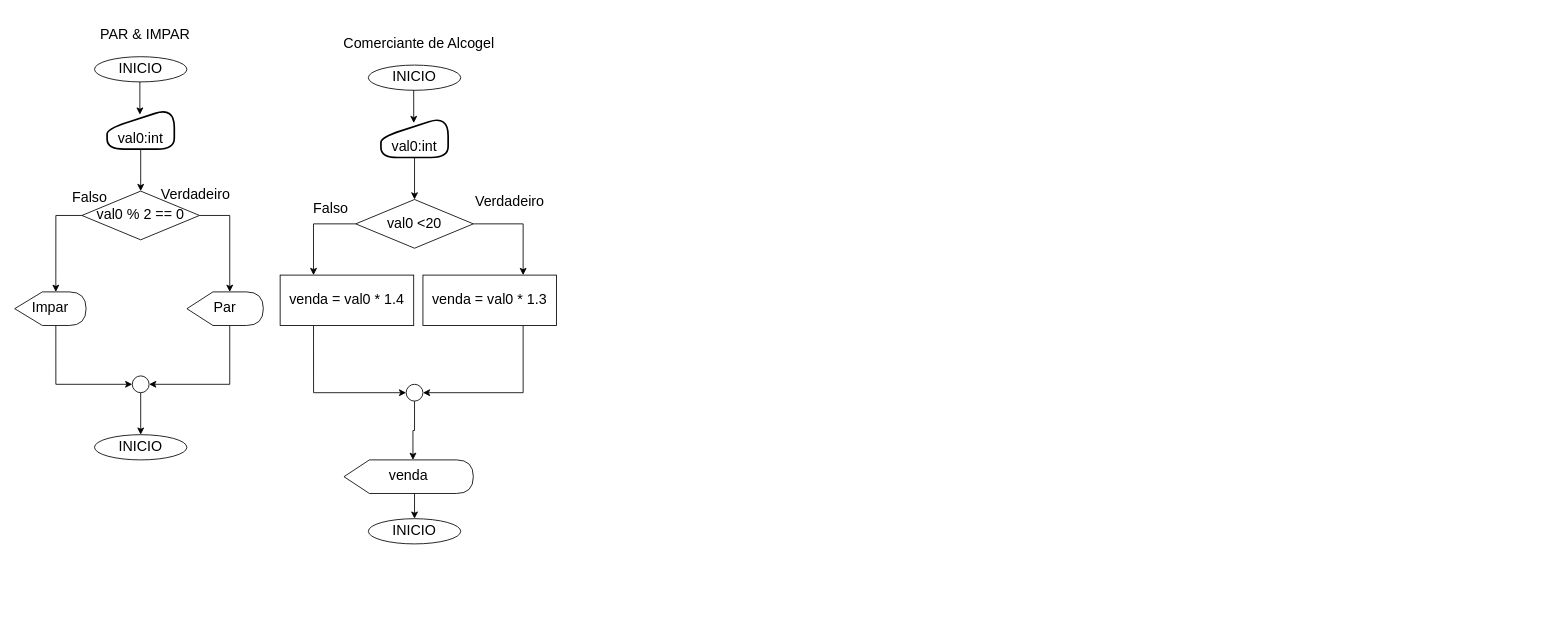
Before: log1.drawio in gilberto-009199/draw.io, a draw.io diagram. Source tidied: cells renumbered, new cells numbered last; positions are measured from the earlier drawing's top-left corner, leaving out a move shared by most shapes. Both pictures are drawn from the tidied source at 84%, with x=0, y=0 at pixel (14, 23).
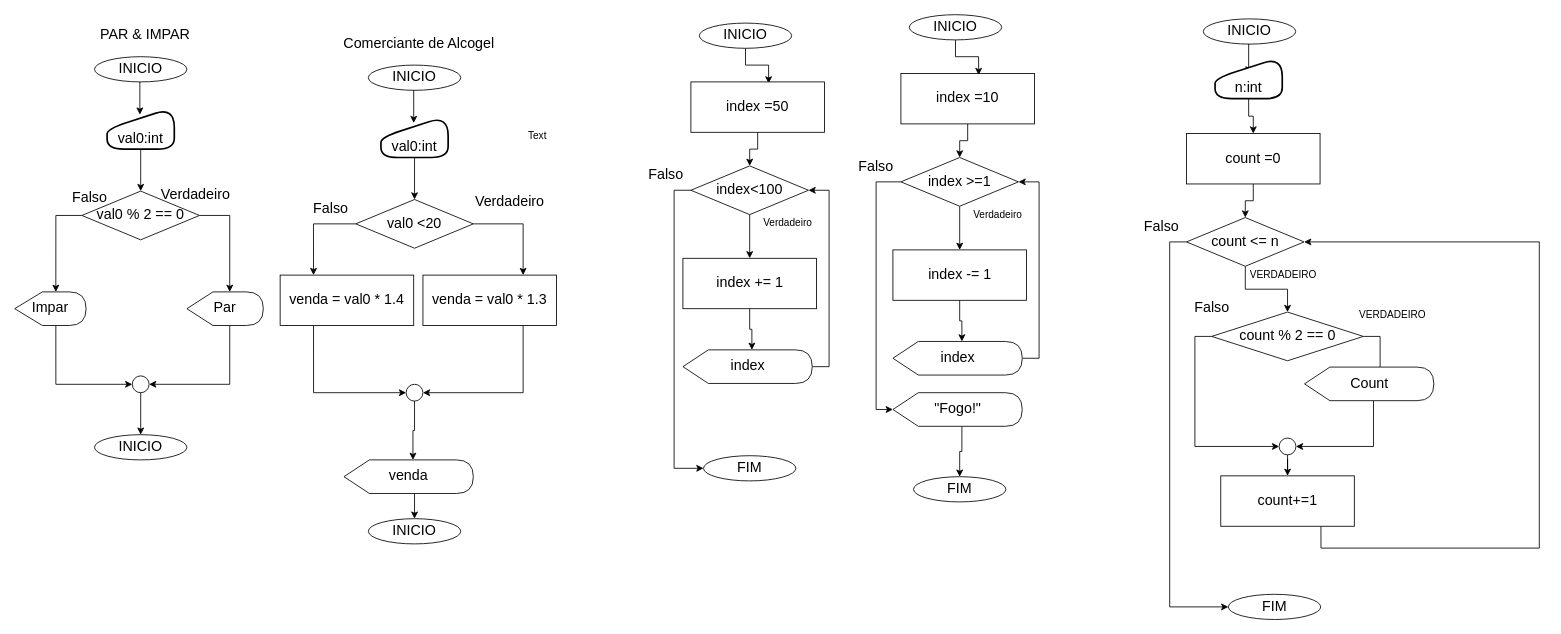
After the change.

The edit, as a diff of the source:
```diff
@@
+    <mxCell id="40" value="Text" style="text;html=1;align=center;verticalAlign=middle;" parent="1" vertex="1">
+      <mxGeometry x="602" y="124" width="40" height="20" as="geometry" />
+    </mxCell>
+    <mxCell id="41" style="text;html=1;align=center;verticalAlign=middle;fontSize=17;" parent="1" vertex="1">
+      <mxGeometry x="783" y="354" width="20" height="30" as="geometry" />
+    </mxCell>
+    <mxCell id="42" style="text;html=1;align=center;verticalAlign=middle;fontSize=17;" parent="1" vertex="1">
+      <mxGeometry x="683" y="354" width="20" height="30" as="geometry" />
+    </mxCell>
+    <mxCell id="43" style="edgeStyle=orthogonalEdgeStyle;rounded=0;jettySize=auto;html=1;exitX=0.5;exitY=1;exitDx=0;exitDy=0;entryX=0.582;entryY=0.031;entryDx=0;entryDy=0;entryPerimeter=0;" parent="1" edge="1" source="44" target="52">
+      <mxGeometry relative="1" as="geometry" />
+    </mxCell>
+    <mxCell id="44" value="INICIO" style="ellipse;whiteSpace=wrap;html=1;fontSize=17;" parent="1" vertex="1">
+      <mxGeometry x="815" width="110" height="30" as="geometry" />
+    </mxCell>
+    <mxCell id="45" style="edgeStyle=orthogonalEdgeStyle;rounded=0;jettySize=auto;html=1;exitX=0;exitY=0.5;exitDx=0;exitDy=0;entryX=0;entryY=0.5;entryDx=0;entryDy=0;" parent="1" edge="1" source="47" target="48">
+      <mxGeometry relative="1" as="geometry" />
+    </mxCell>
+    <mxCell id="46" style="edgeStyle=orthogonalEdgeStyle;rounded=0;jettySize=auto;html=1;exitX=0.5;exitY=1;exitDx=0;exitDy=0;entryX=0.5;entryY=0;entryDx=0;entryDy=0;" parent="1" edge="1" source="47" target="54">
+      <mxGeometry relative="1" as="geometry" />
+    </mxCell>
+    <mxCell id="47" value="index&amp;lt;100" style="rhombus;whiteSpace=wrap;html=1;fontSize=17;align=center;" parent="1" vertex="1">
+      <mxGeometry x="805" y="170" width="140" height="58" as="geometry" />
+    </mxCell>
+    <mxCell id="48" value="FIM" style="ellipse;whiteSpace=wrap;html=1;fontSize=17;" parent="1" vertex="1">
+      <mxGeometry x="820" y="515" width="110" height="30" as="geometry" />
+    </mxCell>
+    <mxCell id="49" value="Falso" style="text;html=1;align=center;verticalAlign=middle;fontSize=17;" parent="1" vertex="1">
+      <mxGeometry x="745" y="166" width="60" height="30" as="geometry" />
+    </mxCell>
+    <mxCell id="50" value="Verdadeiro" style="text;html=1;align=center;verticalAlign=middle;" parent="1" vertex="1">
+      <mxGeometry x="884.5" y="228" width="70" height="20" as="geometry" />
+    </mxCell>
+    <mxCell id="51" style="edgeStyle=orthogonalEdgeStyle;rounded=0;jettySize=auto;html=1;exitX=0.5;exitY=1;exitDx=0;exitDy=0;" parent="1" edge="1" source="52" target="47">
+      <mxGeometry relative="1" as="geometry" />
+    </mxCell>
+    <mxCell id="52" value="index =50" style="rounded=0;whiteSpace=wrap;html=1;strokeColor=#000000;gradientColor=#ffffff;fontSize=17;align=center;" parent="1" vertex="1">
+      <mxGeometry x="805" y="70" width="159" height="60" as="geometry" />
+    </mxCell>
+    <mxCell id="53" style="edgeStyle=orthogonalEdgeStyle;rounded=0;jettySize=auto;html=1;exitX=0.5;exitY=1;exitDx=0;exitDy=0;entryX=0;entryY=0;entryDx=82.11764705882354;entryDy=0;entryPerimeter=0;" parent="1" edge="1" source="54" target="56">
+      <mxGeometry relative="1" as="geometry" />
+    </mxCell>
+    <mxCell id="54" value="index += 1" style="rounded=0;whiteSpace=wrap;html=1;strokeColor=#000000;gradientColor=#ffffff;fontSize=17;align=center;" parent="1" vertex="1">
+      <mxGeometry x="795.5" y="280" width="159" height="60" as="geometry" />
+    </mxCell>
+    <mxCell id="55" style="edgeStyle=orthogonalEdgeStyle;rounded=0;jettySize=auto;html=1;exitX=1;exitY=0.5;exitDx=0;exitDy=0;exitPerimeter=0;entryX=1;entryY=0.5;entryDx=0;entryDy=0;" parent="1" edge="1" source="56" target="47">
+      <mxGeometry relative="1" as="geometry" />
+    </mxCell>
+    <mxCell id="56" value="index" style="shape=display;whiteSpace=wrap;html=1;strokeColor=#000000;gradientColor=#ffffff;fontSize=17;align=center;size=0.19633307868601996;" parent="1" vertex="1">
+      <mxGeometry x="795.5" y="389" width="154" height="40" as="geometry" />
+    </mxCell>
+    <mxCell id="57" style="text;html=1;align=center;verticalAlign=middle;fontSize=17;" parent="1" vertex="1">
+      <mxGeometry x="1033" y="344" width="20" height="30" as="geometry" />
+    </mxCell>
+    <mxCell id="58" style="edgeStyle=orthogonalEdgeStyle;rounded=0;jettySize=auto;html=1;exitX=0.5;exitY=1;exitDx=0;exitDy=0;entryX=0.582;entryY=0.031;entryDx=0;entryDy=0;entryPerimeter=0;" parent="1" edge="1" source="59" target="67">
+      <mxGeometry relative="1" as="geometry" />
+    </mxCell>
+    <mxCell id="59" value="INICIO" style="ellipse;whiteSpace=wrap;html=1;fontSize=17;" parent="1" vertex="1">
+      <mxGeometry x="1065" y="-10" width="110" height="30" as="geometry" />
+    </mxCell>
+    <mxCell id="60" style="edgeStyle=orthogonalEdgeStyle;rounded=0;jettySize=auto;html=1;exitX=0;exitY=0.5;exitDx=0;exitDy=0;entryX=0;entryY=0.5;entryDx=0;entryDy=0;entryPerimeter=0;" parent="1" edge="1" source="62" target="73">
+      <mxGeometry relative="1" as="geometry" />
+    </mxCell>
+    <mxCell id="61" style="edgeStyle=orthogonalEdgeStyle;rounded=0;jettySize=auto;html=1;exitX=0.5;exitY=1;exitDx=0;exitDy=0;entryX=0.5;entryY=0;entryDx=0;entryDy=0;" parent="1" edge="1" source="62" target="69">
+      <mxGeometry relative="1" as="geometry" />
+    </mxCell>
+    <mxCell id="62" value="index &amp;gt;=1" style="rhombus;whiteSpace=wrap;html=1;fontSize=17;align=center;" parent="1" vertex="1">
+      <mxGeometry x="1055" y="160" width="140" height="58" as="geometry" />
+    </mxCell>
+    <mxCell id="63" value="FIM" style="ellipse;whiteSpace=wrap;html=1;fontSize=17;" parent="1" vertex="1">
+      <mxGeometry x="1070" y="540" width="110" height="30" as="geometry" />
+    </mxCell>
+    <mxCell id="64" value="Falso" style="text;html=1;align=center;verticalAlign=middle;fontSize=17;" parent="1" vertex="1">
+      <mxGeometry x="995" y="156" width="60" height="30" as="geometry" />
+    </mxCell>
+    <mxCell id="65" value="Verdadeiro" style="text;html=1;align=center;verticalAlign=middle;" parent="1" vertex="1">
+      <mxGeometry x="1134.5" y="218" width="70" height="20" as="geometry" />
+    </mxCell>
+    <mxCell id="66" style="edgeStyle=orthogonalEdgeStyle;rounded=0;jettySize=auto;html=1;exitX=0.5;exitY=1;exitDx=0;exitDy=0;" parent="1" edge="1" source="67" target="62">
+      <mxGeometry relative="1" as="geometry" />
+    </mxCell>
+    <mxCell id="67" value="index =10" style="rounded=0;whiteSpace=wrap;html=1;strokeColor=#000000;gradientColor=#ffffff;fontSize=17;align=center;" parent="1" vertex="1">
+      <mxGeometry x="1055" y="60" width="159" height="60" as="geometry" />
+    </mxCell>
+    <mxCell id="68" style="edgeStyle=orthogonalEdgeStyle;rounded=0;jettySize=auto;html=1;exitX=0.5;exitY=1;exitDx=0;exitDy=0;entryX=0;entryY=0;entryDx=82.11764705882354;entryDy=0;entryPerimeter=0;" parent="1" edge="1" source="69" target="71">
+      <mxGeometry relative="1" as="geometry" />
+    </mxCell>
+    <mxCell id="69" value="index -= 1" style="rounded=0;whiteSpace=wrap;html=1;strokeColor=#000000;gradientColor=#ffffff;fontSize=17;align=center;" parent="1" vertex="1">
+      <mxGeometry x="1045.5" y="270" width="159" height="60" as="geometry" />
+    </mxCell>
+    <mxCell id="70" style="edgeStyle=orthogonalEdgeStyle;rounded=0;jettySize=auto;html=1;exitX=1;exitY=0.5;exitDx=0;exitDy=0;exitPerimeter=0;entryX=1;entryY=0.5;entryDx=0;entryDy=0;" parent="1" edge="1" source="71" target="62">
+      <mxGeometry relative="1" as="geometry" />
+    </mxCell>
+    <mxCell id="71" value="index" style="shape=display;whiteSpace=wrap;html=1;strokeColor=#000000;gradientColor=#ffffff;fontSize=17;align=center;size=0.19633307868601996;" parent="1" vertex="1">
+      <mxGeometry x="1045.5" y="379" width="154" height="40" as="geometry" />
+    </mxCell>
+    <mxCell id="72" style="edgeStyle=orthogonalEdgeStyle;rounded=0;jettySize=auto;html=1;exitX=0;exitY=0;exitDx=82.11764705882354;exitDy=40;exitPerimeter=0;entryX=0.5;entryY=0;entryDx=0;entryDy=0;" parent="1" edge="1" source="73" target="63">
+      <mxGeometry relative="1" as="geometry" />
+    </mxCell>
+    <mxCell id="73" value="&quot;Fogo!&quot;" style="shape=display;whiteSpace=wrap;html=1;strokeColor=#000000;gradientColor=#ffffff;fontSize=17;align=center;size=0.19633307868601996;" parent="1" vertex="1">
+      <mxGeometry x="1045.5" y="440" width="154" height="40" as="geometry" />
+    </mxCell>
+    <mxCell id="74" style="text;html=1;align=center;verticalAlign=middle;fontSize=17;" parent="1" vertex="1">
+      <mxGeometry x="1373" y="415.5" width="20" height="30" as="geometry" />
+    </mxCell>
+    <mxCell id="75" style="edgeStyle=orthogonalEdgeStyle;rounded=0;jettySize=auto;html=1;exitX=0.5;exitY=1;exitDx=0;exitDy=0;entryX=0.5;entryY=0.4;entryDx=0;entryDy=0;entryPerimeter=0;" parent="1" edge="1" source="76" target="86">
+      <mxGeometry relative="1" as="geometry" />
+    </mxCell>
+    <mxCell id="76" value="INICIO" style="ellipse;whiteSpace=wrap;html=1;fontSize=17;" parent="1" vertex="1">
+      <mxGeometry x="1415" y="-5" width="110" height="30" as="geometry" />
+    </mxCell>
+    <mxCell id="77" style="edgeStyle=orthogonalEdgeStyle;rounded=0;jettySize=auto;html=1;exitX=0;exitY=0.5;exitDx=0;exitDy=0;entryX=0;entryY=0.5;entryDx=0;entryDy=0;" parent="1" edge="1" source="79" target="80">
+      <mxGeometry relative="1" as="geometry" />
+    </mxCell>
+    <mxCell id="78" style="edgeStyle=orthogonalEdgeStyle;rounded=0;jettySize=auto;html=1;exitX=0.5;exitY=1;exitDx=0;exitDy=0;entryX=0.5;entryY=0;entryDx=0;entryDy=0;" parent="1" edge="1" source="79" target="89">
+      <mxGeometry relative="1" as="geometry" />
+    </mxCell>
+    <mxCell id="79" value="count &amp;lt;= n" style="rhombus;whiteSpace=wrap;html=1;fontSize=17;align=center;" parent="1" vertex="1">
+      <mxGeometry x="1395" y="231.5" width="140" height="58" as="geometry" />
+    </mxCell>
+    <mxCell id="80" value="FIM" style="ellipse;whiteSpace=wrap;html=1;fontSize=17;" parent="1" vertex="1">
+      <mxGeometry x="1444.8" y="680" width="110" height="30" as="geometry" />
+    </mxCell>
+    <mxCell id="81" value="Falso" style="text;html=1;align=center;verticalAlign=middle;fontSize=17;" parent="1" vertex="1">
+      <mxGeometry x="1335" y="227.5" width="60" height="30" as="geometry" />
+    </mxCell>
+    <mxCell id="82" value="VERDADEIRO" style="text;html=1;align=center;verticalAlign=middle;" parent="1" vertex="1">
+      <mxGeometry x="1464.5" y="289.5" width="90" height="20" as="geometry" />
+    </mxCell>
+    <mxCell id="83" style="edgeStyle=orthogonalEdgeStyle;rounded=0;jettySize=auto;html=1;exitX=0.5;exitY=1;exitDx=0;exitDy=0;" parent="1" edge="1" source="84" target="79">
+      <mxGeometry relative="1" as="geometry" />
+    </mxCell>
+    <mxCell id="84" value="count =0" style="rounded=0;whiteSpace=wrap;html=1;strokeColor=#000000;gradientColor=#ffffff;fontSize=17;align=center;" parent="1" vertex="1">
+      <mxGeometry x="1395" y="131.5" width="159" height="60" as="geometry" />
+    </mxCell>
+    <mxCell id="85" style="edgeStyle=orthogonalEdgeStyle;rounded=0;jettySize=auto;html=1;exitX=0.5;exitY=1;exitDx=0;exitDy=0;entryX=0.5;entryY=0;entryDx=0;entryDy=0;" parent="1" edge="1" source="86" target="84">
+      <mxGeometry relative="1" as="geometry" />
+    </mxCell>
+    <mxCell id="86" value="n:int" style="html=1;strokeWidth=2;shape=manualInput;whiteSpace=wrap;rounded=1;size=26;arcSize=48;fontSize=17;align=center;verticalAlign=bottom;" parent="1" vertex="1">
+      <mxGeometry x="1429" y="40" width="80" height="50" as="geometry" />
+    </mxCell>
+    <mxCell id="87" style="edgeStyle=orthogonalEdgeStyle;rounded=0;jettySize=auto;html=1;exitX=1;exitY=0.5;exitDx=0;exitDy=0;" parent="1" edge="1" source="89" target="93">
+      <mxGeometry relative="1" as="geometry" />
+    </mxCell>
+    <mxCell id="88" style="edgeStyle=orthogonalEdgeStyle;rounded=0;jettySize=auto;html=1;exitX=0;exitY=0.5;exitDx=0;exitDy=0;entryX=0;entryY=0.5;entryDx=0;entryDy=0;" parent="1" edge="1" source="89" target="91">
+      <mxGeometry relative="1" as="geometry" />
+    </mxCell>
+    <mxCell id="89" value="count % 2 == 0" style="rhombus;whiteSpace=wrap;html=1;fontSize=17;align=center;" parent="1" vertex="1">
+      <mxGeometry x="1425" y="344" width="180.5" height="58" as="geometry" />
+    </mxCell>
+    <mxCell id="90" style="edgeStyle=orthogonalEdgeStyle;rounded=0;jettySize=auto;html=1;exitX=0.5;exitY=1;exitDx=0;exitDy=0;" parent="1" edge="1" source="91" target="95">
+      <mxGeometry relative="1" as="geometry" />
+    </mxCell>
+    <mxCell id="91" style="ellipse;whiteSpace=wrap;html=1;strokeColor=#000000;gradientColor=#ffffff;fontSize=17;align=center;" parent="1" vertex="1">
+      <mxGeometry x="1505.3" y="494" width="20" height="20" as="geometry" />
+    </mxCell>
+    <mxCell id="92" style="edgeStyle=orthogonalEdgeStyle;rounded=0;jettySize=auto;html=1;exitX=0;exitY=0;exitDx=82.11764705882354;exitDy=40;exitPerimeter=0;entryX=1;entryY=0.5;entryDx=0;entryDy=0;" parent="1" edge="1" source="93" target="91">
+      <mxGeometry relative="1" as="geometry" />
+    </mxCell>
+    <mxCell id="93" value="Count" style="shape=display;whiteSpace=wrap;html=1;strokeColor=#000000;gradientColor=#ffffff;fontSize=17;align=center;size=0.19633307868601996;" parent="1" vertex="1">
+      <mxGeometry x="1535.5" y="409.5" width="154" height="40" as="geometry" />
+    </mxCell>
+    <mxCell id="94" style="edgeStyle=orthogonalEdgeStyle;rounded=0;jettySize=auto;html=1;exitX=0.75;exitY=1;exitDx=0;exitDy=0;entryX=1;entryY=0.5;entryDx=0;entryDy=0;" parent="1" edge="1" source="95" target="79">
+      <mxGeometry relative="1" as="geometry">
+        <Array as="points">
+          <mxPoint x="1555" y="625" />
+          <mxPoint x="1815" y="625" />
+          <mxPoint x="1815" y="260" />
+        </Array>
+      </mxGeometry>
+    </mxCell>
+    <mxCell id="95" value="count+=1" style="rounded=0;whiteSpace=wrap;html=1;strokeColor=#000000;gradientColor=#ffffff;fontSize=17;align=center;" parent="1" vertex="1">
+      <mxGeometry x="1435.8" y="539" width="159" height="60" as="geometry" />
+    </mxCell>
+    <mxCell id="96" value="VERDADEIRO" style="text;html=1;align=center;verticalAlign=middle;" parent="1" vertex="1">
+      <mxGeometry x="1594.8" y="337" width="90" height="20" as="geometry" />
+    </mxCell>
+    <mxCell id="97" value="Falso" style="text;html=1;align=center;verticalAlign=middle;fontSize=17;" parent="1" vertex="1">
+      <mxGeometry x="1395" y="325" width="60" height="30" as="geometry" />
+    </mxCell>
```
